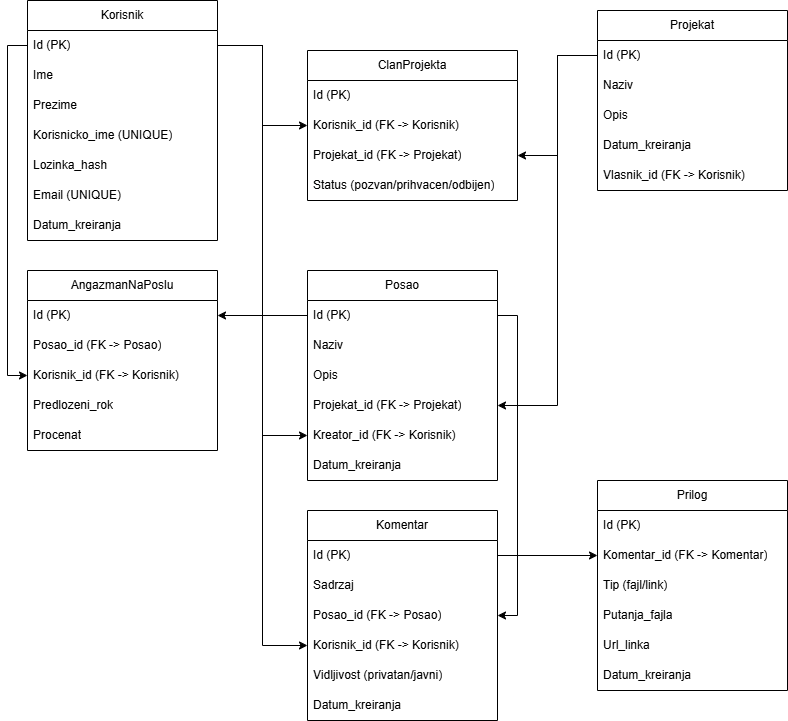
Above: docs/ER dijagram.png in ddosenovic03/Veb-aplikacija-za-kolaboraciju-na-projektima (draw.io), before the change. Source tidied: cells renumbered, new cells last; positions are measured from the earlier drawing's top-left corner, leaving out a move shared by most shapes. Its diagram source:
```xml
<mxGraphModel>
  <root>
    <mxCell id="0" />
    <mxCell id="1" parent="0" />
    <mxCell id="2" value="Korisnik" style="swimlane;fontStyle=0;horizontal=1;startSize=30;whiteSpace=wrap;html=1;" parent="1" vertex="1">
      <mxGeometry width="190" height="240" as="geometry" />
    </mxCell>
    <mxCell id="3" value="Id (PK)" style="text;strokeColor=none;fillColor=none;align=left;verticalAlign=middle;spacingLeft=4;spacingRight=4;overflow=hidden;points=[[0,0.5],[1,0.5]];portConstraint=eastwest;whiteSpace=wrap;html=1;" parent="2" vertex="1">
      <mxGeometry y="30" width="190" height="30" as="geometry" />
    </mxCell>
    <mxCell id="4" value="Ime" style="text;strokeColor=none;fillColor=none;align=left;verticalAlign=middle;spacingLeft=4;spacingRight=4;overflow=hidden;whiteSpace=wrap;html=1;" parent="2" vertex="1">
      <mxGeometry y="60" width="190" height="30" as="geometry" />
    </mxCell>
    <mxCell id="5" value="Prezime" style="text;strokeColor=none;fillColor=none;align=left;verticalAlign=middle;spacingLeft=4;spacingRight=4;overflow=hidden;whiteSpace=wrap;html=1;" parent="2" vertex="1">
      <mxGeometry y="90" width="190" height="30" as="geometry" />
    </mxCell>
    <mxCell id="6" value="Korisnicko_ime (UNIQUE)" style="text;strokeColor=none;fillColor=none;align=left;verticalAlign=middle;spacingLeft=4;spacingRight=4;overflow=hidden;whiteSpace=wrap;html=1;" parent="2" vertex="1">
      <mxGeometry y="120" width="190" height="30" as="geometry" />
    </mxCell>
    <mxCell id="7" value="Lozinka_hash" style="text;strokeColor=none;fillColor=none;align=left;verticalAlign=middle;spacingLeft=4;spacingRight=4;overflow=hidden;whiteSpace=wrap;html=1;" parent="2" vertex="1">
      <mxGeometry y="150" width="190" height="30" as="geometry" />
    </mxCell>
    <mxCell id="8" value="Email (UNIQUE)" style="text;strokeColor=none;fillColor=none;align=left;verticalAlign=middle;spacingLeft=4;spacingRight=4;overflow=hidden;whiteSpace=wrap;html=1;" parent="2" vertex="1">
      <mxGeometry y="180" width="190" height="30" as="geometry" />
    </mxCell>
    <mxCell id="9" value="Datum_kreiranja" style="text;strokeColor=none;fillColor=none;align=left;verticalAlign=middle;spacingLeft=4;spacingRight=4;overflow=hidden;whiteSpace=wrap;html=1;" parent="2" vertex="1">
      <mxGeometry y="210" width="190" height="30" as="geometry" />
    </mxCell>
    <mxCell id="10" value="Projekat" style="swimlane;fontStyle=0;horizontal=1;startSize=30;whiteSpace=wrap;html=1;" parent="1" vertex="1">
      <mxGeometry x="570" y="10" width="190" height="180" as="geometry" />
    </mxCell>
    <mxCell id="11" value="Id (PK)" style="text;strokeColor=none;fillColor=none;align=left;verticalAlign=middle;spacingLeft=4;spacingRight=4;overflow=hidden;points=[[0,0.5],[1,0.5]];portConstraint=eastwest;whiteSpace=wrap;html=1;" parent="10" vertex="1">
      <mxGeometry y="30" width="190" height="30" as="geometry" />
    </mxCell>
    <mxCell id="12" value="Naziv" style="text;strokeColor=none;fillColor=none;align=left;verticalAlign=middle;spacingLeft=4;spacingRight=4;overflow=hidden;whiteSpace=wrap;html=1;" parent="10" vertex="1">
      <mxGeometry y="60" width="190" height="30" as="geometry" />
    </mxCell>
    <mxCell id="13" value="Opis" style="text;strokeColor=none;fillColor=none;align=left;verticalAlign=middle;spacingLeft=4;spacingRight=4;overflow=hidden;whiteSpace=wrap;html=1;" parent="10" vertex="1">
      <mxGeometry y="90" width="190" height="30" as="geometry" />
    </mxCell>
    <mxCell id="14" value="Datum_kreiranja" style="text;strokeColor=none;fillColor=none;align=left;verticalAlign=middle;spacingLeft=4;spacingRight=4;overflow=hidden;whiteSpace=wrap;html=1;" parent="10" vertex="1">
      <mxGeometry y="120" width="190" height="30" as="geometry" />
    </mxCell>
    <mxCell id="15" value="Vlasnik_id (FK -&amp;gt; Korisnik)&amp;nbsp;" style="text;strokeColor=none;fillColor=none;align=left;verticalAlign=middle;spacingLeft=4;spacingRight=4;overflow=hidden;whiteSpace=wrap;html=1;" parent="10" vertex="1">
      <mxGeometry y="150" width="190" height="30" as="geometry" />
    </mxCell>
    <mxCell id="16" value="ClanProjekta" style="swimlane;fontStyle=0;horizontal=1;startSize=30;whiteSpace=wrap;html=1;" parent="1" vertex="1">
      <mxGeometry x="280" y="50" width="210" height="150" as="geometry" />
    </mxCell>
    <mxCell id="17" value="Id (PK)" style="text;strokeColor=none;fillColor=none;align=left;verticalAlign=middle;spacingLeft=4;spacingRight=4;overflow=hidden;whiteSpace=wrap;html=1;" parent="16" vertex="1">
      <mxGeometry y="30" width="210" height="30" as="geometry" />
    </mxCell>
    <mxCell id="18" value="Korisnik_id (FK -&amp;gt; Korisnik)" style="text;strokeColor=none;fillColor=none;align=left;verticalAlign=middle;spacingLeft=4;spacingRight=4;overflow=hidden;points=[[0,0.5],[1,0.5]];portConstraint=eastwest;whiteSpace=wrap;html=1;" parent="16" vertex="1">
      <mxGeometry y="60" width="210" height="30" as="geometry" />
    </mxCell>
    <mxCell id="19" value="Projekat_id (FK -&amp;gt; Projekat)" style="text;strokeColor=none;fillColor=none;align=left;verticalAlign=middle;spacingLeft=4;spacingRight=4;overflow=hidden;points=[[0,0.5],[1,0.5]];portConstraint=eastwest;whiteSpace=wrap;html=1;" parent="16" vertex="1">
      <mxGeometry y="90" width="210" height="30" as="geometry" />
    </mxCell>
    <mxCell id="20" value="Status (pozvan/prihvacen/odbijen)" style="text;strokeColor=none;fillColor=none;align=left;verticalAlign=middle;spacingLeft=4;spacingRight=4;overflow=hidden;whiteSpace=wrap;html=1;" parent="16" vertex="1">
      <mxGeometry y="120" width="210" height="30" as="geometry" />
    </mxCell>
    <mxCell id="21" style="edgeStyle=orthogonalEdgeStyle;rounded=0;jettySize=auto;html=1;exitX=1;exitY=0.5;exitDx=0;exitDy=0;entryX=0;entryY=0.5;entryDx=0;entryDy=0;" parent="1" edge="1" source="3" target="18">
      <mxGeometry relative="1" as="geometry" />
    </mxCell>
    <mxCell id="22" style="edgeStyle=orthogonalEdgeStyle;rounded=0;jettySize=auto;html=1;exitX=0;exitY=0.5;exitDx=0;exitDy=0;entryX=1;entryY=0.5;entryDx=0;entryDy=0;" parent="1" edge="1" source="11" target="19">
      <mxGeometry relative="1" as="geometry" />
    </mxCell>
    <mxCell id="23" value="Posao" style="swimlane;fontStyle=0;horizontal=1;startSize=30;whiteSpace=wrap;html=1;" parent="1" vertex="1">
      <mxGeometry x="280" y="270" width="190" height="210" as="geometry" />
    </mxCell>
    <mxCell id="24" value="Id (PK)" style="text;strokeColor=none;fillColor=none;align=left;verticalAlign=middle;spacingLeft=4;spacingRight=4;overflow=hidden;points=[[0,0.5],[1,0.5]];portConstraint=eastwest;whiteSpace=wrap;html=1;" parent="23" vertex="1">
      <mxGeometry y="30" width="190" height="30" as="geometry" />
    </mxCell>
    <mxCell id="25" value="Naziv" style="text;strokeColor=none;fillColor=none;align=left;verticalAlign=middle;spacingLeft=4;spacingRight=4;overflow=hidden;whiteSpace=wrap;html=1;" parent="23" vertex="1">
      <mxGeometry y="60" width="190" height="30" as="geometry" />
    </mxCell>
    <mxCell id="26" value="Opis" style="text;strokeColor=none;fillColor=none;align=left;verticalAlign=middle;spacingLeft=4;spacingRight=4;overflow=hidden;whiteSpace=wrap;html=1;" parent="23" vertex="1">
      <mxGeometry y="90" width="190" height="30" as="geometry" />
    </mxCell>
    <mxCell id="27" value="Projekat_id (FK -&amp;gt; Projekat)" style="text;strokeColor=none;fillColor=none;align=left;verticalAlign=middle;spacingLeft=4;spacingRight=4;overflow=hidden;points=[[0,0.5],[1,0.5]];portConstraint=eastwest;whiteSpace=wrap;html=1;" parent="23" vertex="1">
      <mxGeometry y="120" width="190" height="30" as="geometry" />
    </mxCell>
    <mxCell id="28" value="Kreator_id (FK -&amp;gt; Korisnik)&amp;nbsp;" style="text;strokeColor=none;fillColor=none;align=left;verticalAlign=middle;spacingLeft=4;spacingRight=4;overflow=hidden;points=[[0,0.5],[1,0.5]];portConstraint=eastwest;whiteSpace=wrap;html=1;" parent="23" vertex="1">
      <mxGeometry y="150" width="190" height="30" as="geometry" />
    </mxCell>
    <mxCell id="29" value="Datum_kreiranja" style="text;strokeColor=none;fillColor=none;align=left;verticalAlign=middle;spacingLeft=4;spacingRight=4;overflow=hidden;whiteSpace=wrap;html=1;" parent="23" vertex="1">
      <mxGeometry y="180" width="190" height="30" as="geometry" />
    </mxCell>
    <mxCell id="30" style="edgeStyle=orthogonalEdgeStyle;rounded=0;jettySize=auto;html=1;exitX=0;exitY=0.5;exitDx=0;exitDy=0;entryX=1;entryY=0.5;entryDx=0;entryDy=0;" parent="1" edge="1" source="11" target="27">
      <mxGeometry relative="1" as="geometry">
        <Array as="points">
          <mxPoint x="530" y="55" />
          <mxPoint x="530" y="405" />
        </Array>
      </mxGeometry>
    </mxCell>
    <mxCell id="31" value="AngazmanNaPoslu" style="swimlane;fontStyle=0;horizontal=1;startSize=30;whiteSpace=wrap;html=1;" parent="1" vertex="1">
      <mxGeometry y="270" width="190" height="180" as="geometry" />
    </mxCell>
    <mxCell id="32" value="Id (PK)" style="text;strokeColor=none;fillColor=none;align=left;verticalAlign=middle;spacingLeft=4;spacingRight=4;overflow=hidden;points=[[0,0.5],[1,0.5]];portConstraint=eastwest;whiteSpace=wrap;html=1;" parent="31" vertex="1">
      <mxGeometry y="30" width="190" height="30" as="geometry" />
    </mxCell>
    <mxCell id="33" value="Posao_id (FK -&amp;gt; Posao)" style="text;strokeColor=none;fillColor=none;align=left;verticalAlign=middle;spacingLeft=4;spacingRight=4;overflow=hidden;whiteSpace=wrap;html=1;" parent="31" vertex="1">
      <mxGeometry y="60" width="190" height="30" as="geometry" />
    </mxCell>
    <mxCell id="34" value="Korisnik_id (FK -&amp;gt; Korisnik)" style="text;strokeColor=none;fillColor=none;align=left;verticalAlign=middle;spacingLeft=4;spacingRight=4;overflow=hidden;points=[[0,0.5],[1,0.5]];portConstraint=eastwest;whiteSpace=wrap;html=1;" parent="31" vertex="1">
      <mxGeometry y="90" width="190" height="30" as="geometry" />
    </mxCell>
    <mxCell id="35" value="Predlozeni_rok" style="text;strokeColor=none;fillColor=none;align=left;verticalAlign=middle;spacingLeft=4;spacingRight=4;overflow=hidden;whiteSpace=wrap;html=1;" parent="31" vertex="1">
      <mxGeometry y="120" width="190" height="30" as="geometry" />
    </mxCell>
    <mxCell id="36" value="Procenat" style="text;strokeColor=none;fillColor=none;align=left;verticalAlign=middle;spacingLeft=4;spacingRight=4;overflow=hidden;whiteSpace=wrap;html=1;" parent="31" vertex="1">
      <mxGeometry y="150" width="190" height="30" as="geometry" />
    </mxCell>
    <mxCell id="37" style="edgeStyle=orthogonalEdgeStyle;rounded=0;jettySize=auto;html=1;exitX=0;exitY=0.5;exitDx=0;exitDy=0;entryX=0;entryY=0.5;entryDx=0;entryDy=0;" parent="1" edge="1" source="3" target="34">
      <mxGeometry relative="1" as="geometry" />
    </mxCell>
    <mxCell id="38" style="edgeStyle=orthogonalEdgeStyle;rounded=0;jettySize=auto;html=1;exitX=1;exitY=0.5;exitDx=0;exitDy=0;entryX=0;entryY=0.5;entryDx=0;entryDy=0;" parent="1" edge="1" source="3" target="28">
      <mxGeometry relative="1" as="geometry" />
    </mxCell>
    <mxCell id="39" value="Komentar" style="swimlane;fontStyle=0;horizontal=1;startSize=30;whiteSpace=wrap;html=1;" parent="1" vertex="1">
      <mxGeometry x="280" y="510" width="190" height="210" as="geometry" />
    </mxCell>
    <mxCell id="40" value="Id (PK)" style="text;strokeColor=none;fillColor=none;align=left;verticalAlign=middle;spacingLeft=4;spacingRight=4;overflow=hidden;points=[[0,0.5],[1,0.5]];portConstraint=eastwest;whiteSpace=wrap;html=1;" parent="39" vertex="1">
      <mxGeometry y="30" width="190" height="30" as="geometry" />
    </mxCell>
    <mxCell id="41" value="Sadrzaj" style="text;strokeColor=none;fillColor=none;align=left;verticalAlign=middle;spacingLeft=4;spacingRight=4;overflow=hidden;whiteSpace=wrap;html=1;" parent="39" vertex="1">
      <mxGeometry y="60" width="190" height="30" as="geometry" />
    </mxCell>
    <mxCell id="42" value="Posao_id (FK -&amp;gt; Posao)" style="text;strokeColor=none;fillColor=none;align=left;verticalAlign=middle;spacingLeft=4;spacingRight=4;overflow=hidden;points=[[0,0.5],[1,0.5]];portConstraint=eastwest;whiteSpace=wrap;html=1;" parent="39" vertex="1">
      <mxGeometry y="90" width="190" height="30" as="geometry" />
    </mxCell>
    <mxCell id="43" value="Korisnik_id (FK -&amp;gt; Korisnik)" style="text;strokeColor=none;fillColor=none;align=left;verticalAlign=middle;spacingLeft=4;spacingRight=4;overflow=hidden;points=[[0,0.5],[1,0.5]];portConstraint=eastwest;whiteSpace=wrap;html=1;" parent="39" vertex="1">
      <mxGeometry y="120" width="190" height="30" as="geometry" />
    </mxCell>
    <mxCell id="44" value="Vidljivost (privatan/javni)" style="text;strokeColor=none;fillColor=none;align=left;verticalAlign=middle;spacingLeft=4;spacingRight=4;overflow=hidden;whiteSpace=wrap;html=1;" parent="39" vertex="1">
      <mxGeometry y="150" width="190" height="30" as="geometry" />
    </mxCell>
    <mxCell id="45" value="Datum_kreiranja" style="text;strokeColor=none;fillColor=none;align=left;verticalAlign=middle;spacingLeft=4;spacingRight=4;overflow=hidden;whiteSpace=wrap;html=1;" parent="39" vertex="1">
      <mxGeometry y="180" width="190" height="30" as="geometry" />
    </mxCell>
    <mxCell id="46" style="edgeStyle=orthogonalEdgeStyle;rounded=0;jettySize=auto;html=1;exitX=0;exitY=0.5;exitDx=0;exitDy=0;entryX=1;entryY=0.5;entryDx=0;entryDy=0;" parent="1" edge="1" source="24" target="32">
      <mxGeometry relative="1" as="geometry" />
    </mxCell>
    <mxCell id="47" style="edgeStyle=orthogonalEdgeStyle;rounded=0;jettySize=auto;html=1;exitX=1;exitY=0.5;exitDx=0;exitDy=0;entryX=1;entryY=0.5;entryDx=0;entryDy=0;" parent="1" edge="1" source="24" target="42">
      <mxGeometry relative="1" as="geometry" />
    </mxCell>
    <mxCell id="48" style="edgeStyle=orthogonalEdgeStyle;rounded=0;jettySize=auto;html=1;exitX=1;exitY=0.5;exitDx=0;exitDy=0;entryX=0;entryY=0.5;entryDx=0;entryDy=0;" parent="1" edge="1" source="3" target="43">
      <mxGeometry relative="1" as="geometry" />
    </mxCell>
    <mxCell id="49" value="Prilog" style="swimlane;fontStyle=0;horizontal=1;startSize=30;whiteSpace=wrap;html=1;" parent="1" vertex="1">
      <mxGeometry x="570" y="480" width="190" height="210" as="geometry" />
    </mxCell>
    <mxCell id="50" value="Id (PK)" style="text;strokeColor=none;fillColor=none;align=left;verticalAlign=middle;spacingLeft=4;spacingRight=4;overflow=hidden;whiteSpace=wrap;html=1;" parent="49" vertex="1">
      <mxGeometry y="30" width="190" height="30" as="geometry" />
    </mxCell>
    <mxCell id="51" value="Komentar_id (FK -&amp;gt; Komentar)" style="text;strokeColor=none;fillColor=none;align=left;verticalAlign=middle;spacingLeft=4;spacingRight=4;overflow=hidden;points=[[0,0.5],[1,0.5]];portConstraint=eastwest;whiteSpace=wrap;html=1;" parent="49" vertex="1">
      <mxGeometry y="60" width="190" height="30" as="geometry" />
    </mxCell>
    <mxCell id="52" value="Tip (fajl/link)" style="text;strokeColor=none;fillColor=none;align=left;verticalAlign=middle;spacingLeft=4;spacingRight=4;overflow=hidden;whiteSpace=wrap;html=1;" parent="49" vertex="1">
      <mxGeometry y="90" width="190" height="30" as="geometry" />
    </mxCell>
    <mxCell id="53" value="Putanja_fajla" style="text;strokeColor=none;fillColor=none;align=left;verticalAlign=middle;spacingLeft=4;spacingRight=4;overflow=hidden;whiteSpace=wrap;html=1;" parent="49" vertex="1">
      <mxGeometry y="120" width="190" height="30" as="geometry" />
    </mxCell>
    <mxCell id="54" value="Url_linka" style="text;strokeColor=none;fillColor=none;align=left;verticalAlign=middle;spacingLeft=4;spacingRight=4;overflow=hidden;whiteSpace=wrap;html=1;" parent="49" vertex="1">
      <mxGeometry y="150" width="190" height="30" as="geometry" />
    </mxCell>
    <mxCell id="55" value="Datum_kreiranja" style="text;strokeColor=none;fillColor=none;align=left;verticalAlign=middle;spacingLeft=4;spacingRight=4;overflow=hidden;whiteSpace=wrap;html=1;" parent="49" vertex="1">
      <mxGeometry y="180" width="190" height="30" as="geometry" />
    </mxCell>
    <mxCell id="56" style="edgeStyle=orthogonalEdgeStyle;rounded=0;jettySize=auto;html=1;exitX=1;exitY=0.5;exitDx=0;exitDy=0;entryX=0;entryY=0.5;entryDx=0;entryDy=0;" parent="1" edge="1" source="40" target="51">
      <mxGeometry relative="1" as="geometry" />
    </mxCell>
  </root>
</mxGraphModel>
```
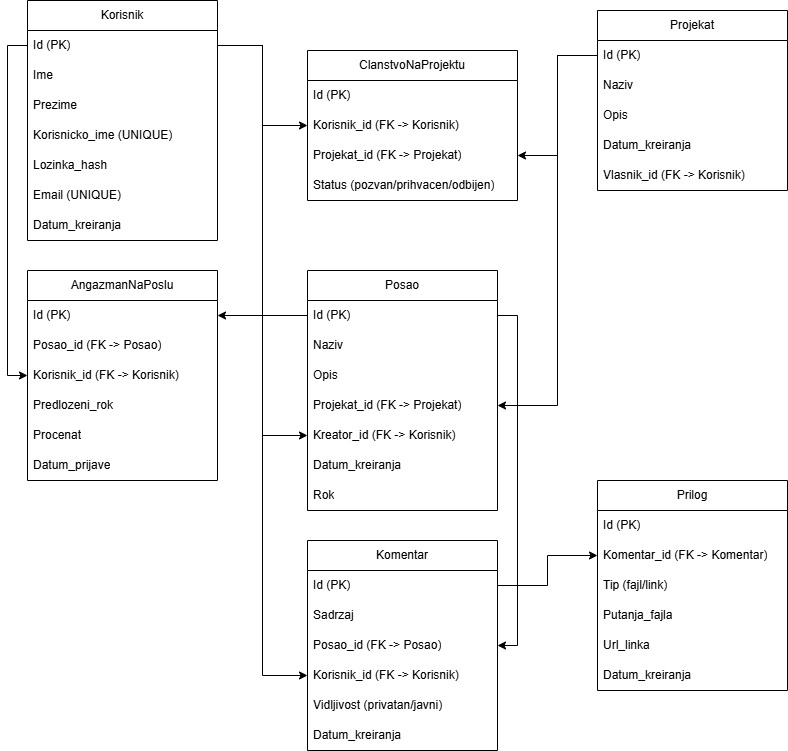
Above is the later version.

Commit message:
Azuriran ER dijagram i dodana sql skripta.

Diff of the diagram source:
```diff
@@ -44,7 +44,7 @@
     <mxCell id="15" value="Vlasnik_id (FK -&amp;gt; Korisnik)&amp;nbsp;" style="text;strokeColor=none;fillColor=none;align=left;verticalAlign=middle;spacingLeft=4;spacingRight=4;overflow=hidden;whiteSpace=wrap;html=1;" parent="10" vertex="1">
       <mxGeometry y="150" width="190" height="30" as="geometry" />
     </mxCell>
-    <mxCell id="16" value="ClanProjekta" style="swimlane;fontStyle=0;horizontal=1;startSize=30;whiteSpace=wrap;html=1;" parent="1" vertex="1">
+    <mxCell id="16" value="ClanstvoNaProjektu" style="swimlane;fontStyle=0;horizontal=1;startSize=30;whiteSpace=wrap;html=1;" parent="1" vertex="1">
       <mxGeometry x="280" y="50" width="210" height="150" as="geometry" />
     </mxCell>
     <mxCell id="17" value="Id (PK)" style="text;strokeColor=none;fillColor=none;align=left;verticalAlign=middle;spacingLeft=4;spacingRight=4;overflow=hidden;whiteSpace=wrap;html=1;" parent="16" vertex="1">
@@ -66,7 +66,7 @@
       <mxGeometry relative="1" as="geometry" />
     </mxCell>
     <mxCell id="23" value="Posao" style="swimlane;fontStyle=0;horizontal=1;startSize=30;whiteSpace=wrap;html=1;" parent="1" vertex="1">
-      <mxGeometry x="280" y="270" width="190" height="210" as="geometry" />
+      <mxGeometry x="280" y="270" width="190" height="240" as="geometry" />
     </mxCell>
     <mxCell id="24" value="Id (PK)" style="text;strokeColor=none;fillColor=none;align=left;verticalAlign=middle;spacingLeft=4;spacingRight=4;overflow=hidden;points=[[0,0.5],[1,0.5]];portConstraint=eastwest;whiteSpace=wrap;html=1;" parent="23" vertex="1">
       <mxGeometry y="30" width="190" height="30" as="geometry" />
@@ -86,6 +86,9 @@
     <mxCell id="29" value="Datum_kreiranja" style="text;strokeColor=none;fillColor=none;align=left;verticalAlign=middle;spacingLeft=4;spacingRight=4;overflow=hidden;whiteSpace=wrap;html=1;" parent="23" vertex="1">
       <mxGeometry y="180" width="190" height="30" as="geometry" />
     </mxCell>
+    <mxCell id="57" value="Rok" style="text;strokeColor=none;fillColor=none;align=left;verticalAlign=middle;spacingLeft=4;spacingRight=4;overflow=hidden;whiteSpace=wrap;html=1;" parent="23" vertex="1">
+      <mxGeometry y="210" width="190" height="30" as="geometry" />
+    </mxCell>
     <mxCell id="30" style="edgeStyle=orthogonalEdgeStyle;rounded=0;jettySize=auto;html=1;exitX=0;exitY=0.5;exitDx=0;exitDy=0;entryX=1;entryY=0.5;entryDx=0;entryDy=0;" parent="1" edge="1" source="11" target="27">
       <mxGeometry relative="1" as="geometry">
         <Array as="points">
@@ -95,7 +98,7 @@
       </mxGeometry>
     </mxCell>
     <mxCell id="31" value="AngazmanNaPoslu" style="swimlane;fontStyle=0;horizontal=1;startSize=30;whiteSpace=wrap;html=1;" parent="1" vertex="1">
-      <mxGeometry y="270" width="190" height="180" as="geometry" />
+      <mxGeometry y="270" width="190" height="210" as="geometry" />
     </mxCell>
     <mxCell id="32" value="Id (PK)" style="text;strokeColor=none;fillColor=none;align=left;verticalAlign=middle;spacingLeft=4;spacingRight=4;overflow=hidden;points=[[0,0.5],[1,0.5]];portConstraint=eastwest;whiteSpace=wrap;html=1;" parent="31" vertex="1">
       <mxGeometry y="30" width="190" height="30" as="geometry" />
@@ -112,6 +115,9 @@
     <mxCell id="36" value="Procenat" style="text;strokeColor=none;fillColor=none;align=left;verticalAlign=middle;spacingLeft=4;spacingRight=4;overflow=hidden;whiteSpace=wrap;html=1;" parent="31" vertex="1">
       <mxGeometry y="150" width="190" height="30" as="geometry" />
     </mxCell>
+    <mxCell id="58" value="Datum_prijave" style="text;strokeColor=none;fillColor=none;align=left;verticalAlign=middle;spacingLeft=4;spacingRight=4;overflow=hidden;whiteSpace=wrap;html=1;" parent="31" vertex="1">
+      <mxGeometry y="180" width="190" height="30" as="geometry" />
+    </mxCell>
     <mxCell id="37" style="edgeStyle=orthogonalEdgeStyle;rounded=0;jettySize=auto;html=1;exitX=0;exitY=0.5;exitDx=0;exitDy=0;entryX=0;entryY=0.5;entryDx=0;entryDy=0;" parent="1" edge="1" source="3" target="34">
       <mxGeometry relative="1" as="geometry" />
     </mxCell>
@@ -119,7 +125,7 @@
       <mxGeometry relative="1" as="geometry" />
     </mxCell>
     <mxCell id="39" value="Komentar" style="swimlane;fontStyle=0;horizontal=1;startSize=30;whiteSpace=wrap;html=1;" parent="1" vertex="1">
-      <mxGeometry x="280" y="510" width="190" height="210" as="geometry" />
+      <mxGeometry x="280" y="540" width="190" height="210" as="geometry" />
     </mxCell>
     <mxCell id="40" value="Id (PK)" style="text;strokeColor=none;fillColor=none;align=left;verticalAlign=middle;spacingLeft=4;spacingRight=4;overflow=hidden;points=[[0,0.5],[1,0.5]];portConstraint=eastwest;whiteSpace=wrap;html=1;" parent="39" vertex="1">
       <mxGeometry y="30" width="190" height="30" as="geometry" />
```
